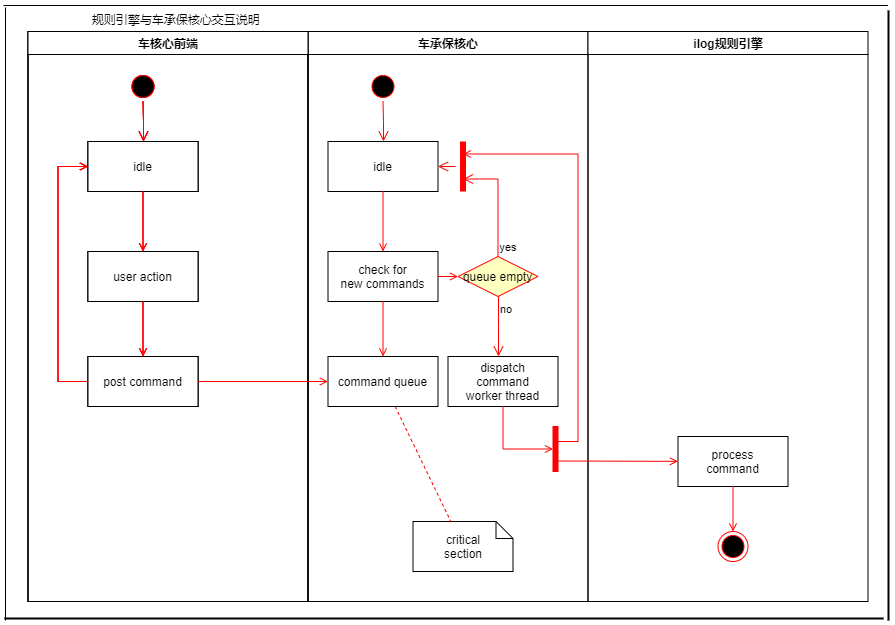
The draw.io diagram 车核心规则引擎.png in damingqicai/arthas, before a commit. Source tidied: cells renumbered, new cells last; positions are measured from the earlier drawing's top-left corner, leaving out a move shared by most shapes.
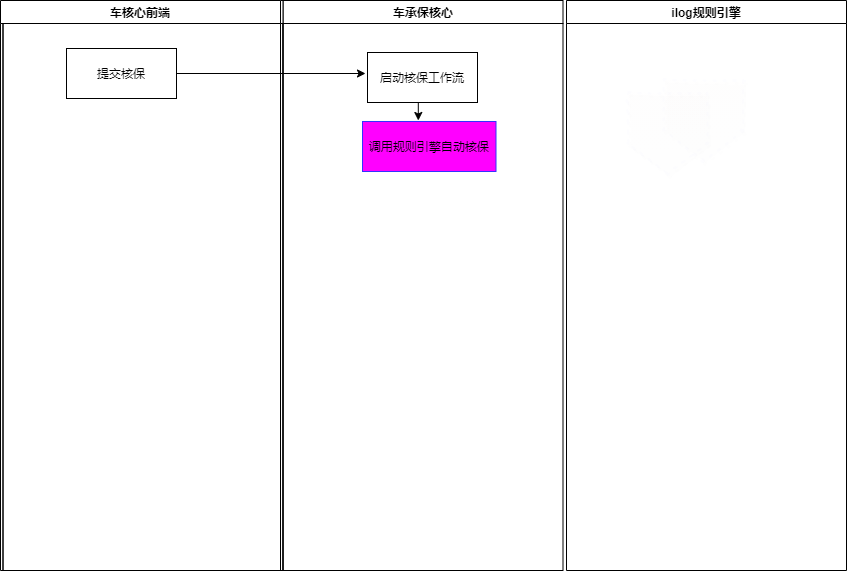
Above is the later version.

Commit message:
Update 车核心规则引擎.png

Change to the diagram source:
```diff
@@ -5,203 +5,49 @@
     <mxCell id="2" value="车核心前端" style="swimlane;whiteSpace=wrap;" parent="1" vertex="1">
       <mxGeometry x="27.5" y="31" width="280" height="570" as="geometry" />
     </mxCell>
-    <mxCell id="3" style="ellipse;shape=startState;fillColor=#000000;strokeColor=#ff0000;" parent="2" vertex="1">
-      <mxGeometry x="100" y="40" width="30" height="30" as="geometry" />
-    </mxCell>
-    <mxCell id="4" style="edgeStyle=elbowEdgeStyle;elbow=horizontal;verticalAlign=bottom;endArrow=open;endSize=8;strokeColor=#FF0000;endFill=1;rounded=0;" parent="2" edge="1" source="3" target="5">
-      <mxGeometry x="100" y="40" as="geometry" />
-    </mxCell>
-    <mxCell id="5" value="idle" parent="2" vertex="1">
-      <mxGeometry x="60" y="110" width="110" height="50" as="geometry" />
-    </mxCell>
-    <mxCell id="6" value="user action" parent="2" vertex="1">
-      <mxGeometry x="60" y="220" width="110" height="50" as="geometry" />
-    </mxCell>
-    <mxCell id="7" style="endArrow=open;strokeColor=#FF0000;endFill=1;rounded=0;" parent="2" edge="1" source="5" target="6">
-      <mxGeometry relative="1" as="geometry" />
-    </mxCell>
-    <mxCell id="8" value="post command" parent="2" vertex="1">
-      <mxGeometry x="60" y="325" width="110" height="50" as="geometry" />
-    </mxCell>
-    <mxCell id="9" style="endArrow=open;strokeColor=#FF0000;endFill=1;rounded=0;" parent="2" edge="1" source="6" target="8">
-      <mxGeometry relative="1" as="geometry" />
-    </mxCell>
-    <mxCell id="10" style="edgeStyle=elbowEdgeStyle;elbow=horizontal;strokeColor=#FF0000;endArrow=open;endFill=1;rounded=0;" parent="2" edge="1" source="8" target="5">
-      <mxGeometry relative="1" as="geometry">
-        <Array as="points">
-          <mxPoint x="30" y="250" />
-        </Array>
-      </mxGeometry>
-    </mxCell>
+    <mxCell id="48" value="提交核保" parent="2" vertex="1">
+      <mxGeometry x="63.5" y="48" width="110" height="50" as="geometry" />
+    </mxCell>
-    <mxCell id="11" value="车承保核心" style="swimlane;whiteSpace=wrap;" parent="1" vertex="1">
+    <mxCell id="11" value="车承保核心" style="swimlane;whiteSpace=wrap;gradientColor=#ffffff;" parent="1" vertex="1">
       <mxGeometry x="307.5" y="31" width="280" height="570" as="geometry" />
     </mxCell>
-    <mxCell id="12" style="ellipse;shape=startState;fillColor=#000000;strokeColor=#ff0000;" parent="11" vertex="1">
-      <mxGeometry x="60" y="40" width="30" height="30" as="geometry" />
-    </mxCell>
-    <mxCell id="13" style="edgeStyle=elbowEdgeStyle;elbow=horizontal;verticalAlign=bottom;endArrow=open;endSize=8;strokeColor=#FF0000;endFill=1;rounded=0;" parent="11" edge="1" source="12" target="14">
-      <mxGeometry x="40" y="20" as="geometry" />
-    </mxCell>
-    <mxCell id="14" value="idle" parent="11" vertex="1">
-      <mxGeometry x="20" y="110" width="110" height="50" as="geometry" />
-    </mxCell>
-    <mxCell id="15" value="check for &#10;new commands" parent="11" vertex="1">
-      <mxGeometry x="20" y="220" width="110" height="50" as="geometry" />
-    </mxCell>
-    <mxCell id="16" style="endArrow=open;strokeColor=#FF0000;endFill=1;rounded=0;" parent="11" edge="1" source="14" target="15">
-      <mxGeometry relative="1" as="geometry" />
-    </mxCell>
-    <mxCell id="17" value="command queue" parent="11" vertex="1">
-      <mxGeometry x="20" y="325" width="110" height="50" as="geometry" />
-    </mxCell>
-    <mxCell id="18" style="endArrow=open;strokeColor=#FF0000;endFill=1;rounded=0;" parent="11" edge="1" source="15" target="17">
-      <mxGeometry relative="1" as="geometry" />
-    </mxCell>
-    <mxCell id="19" value="queue empty" style="rhombus;fillColor=#ffffc0;strokeColor=#ff0000;" parent="11" vertex="1">
-      <mxGeometry x="150" y="225" width="80" height="40" as="geometry" />
-    </mxCell>
-    <mxCell id="20" value="yes" style="edgeStyle=elbowEdgeStyle;elbow=horizontal;align=left;verticalAlign=bottom;endArrow=open;endSize=8;strokeColor=#FF0000;exitX=0.5;exitY=0;endFill=1;rounded=0;entryX=0.75;entryY=0.5;entryPerimeter=0;" parent="11" edge="1" source="19" target="23">
-      <mxGeometry x="-1" relative="1" as="geometry">
-        <Array as="points">
-          <mxPoint x="190" y="180" />
-        </Array>
-      </mxGeometry>
-    </mxCell>
-    <mxCell id="21" value="no" style="edgeStyle=elbowEdgeStyle;elbow=horizontal;align=left;verticalAlign=top;endArrow=open;endSize=8;strokeColor=#FF0000;endFill=1;rounded=0;" parent="11" edge="1" source="19" target="25">
-      <mxGeometry x="-1" relative="1" as="geometry" />
-    </mxCell>
-    <mxCell id="22" style="endArrow=open;strokeColor=#FF0000;endFill=1;rounded=0;" parent="11" edge="1" source="15" target="19">
-      <mxGeometry relative="1" as="geometry" />
-    </mxCell>
-    <mxCell id="23" style="shape=line;strokeWidth=6;strokeColor=#ff0000;rotation=90;" parent="11" vertex="1">
-      <mxGeometry x="130" y="127.5" width="50" height="15" as="geometry" />
-    </mxCell>
-    <mxCell id="24" style="edgeStyle=elbowEdgeStyle;elbow=horizontal;verticalAlign=bottom;endArrow=open;endSize=8;strokeColor=#FF0000;endFill=1;rounded=0;" parent="11" edge="1" source="23" target="14">
-      <mxGeometry x="130" y="90" as="geometry" />
-    </mxCell>
-    <mxCell id="25" value="dispatch&#10;command&#10;worker thread" parent="11" vertex="1">
-      <mxGeometry x="140" y="325" width="110" height="50" as="geometry" />
-    </mxCell>
-    <mxCell id="26" value="critical&#10;section" style="shape=note;whiteSpace=wrap;size=17;" parent="11" vertex="1">
-      <mxGeometry x="105" y="490" width="100" height="50" as="geometry" />
-    </mxCell>
-    <mxCell id="27" style="endArrow=none;strokeColor=#FF0000;endFill=0;rounded=0;dashed=1;" parent="11" edge="1" source="17" target="26">
-      <mxGeometry relative="1" as="geometry" />
-    </mxCell>
-    <mxCell id="28" style="whiteSpace=wrap;strokeColor=#FF0000;fillColor=#FF0000;" parent="11" vertex="1">
-      <mxGeometry x="245" y="395" width="5" height="45" as="geometry" />
-    </mxCell>
-    <mxCell id="29" style="edgeStyle=elbowEdgeStyle;elbow=horizontal;entryX=0;entryY=0.5;strokeColor=#FF0000;endArrow=open;endFill=1;rounded=0;" parent="11" edge="1" source="25" target="28">
-      <mxGeometry relative="1" as="geometry">
-        <Array as="points">
-          <mxPoint x="195" y="400" />
-        </Array>
-      </mxGeometry>
-    </mxCell>
     <mxCell id="30" value="车核心前端" style="swimlane;whiteSpace=wrap;" parent="11" vertex="1">
       <mxGeometry x="-280" width="280" height="570" as="geometry" />
     </mxCell>
-    <mxCell id="31" style="ellipse;shape=startState;fillColor=#000000;strokeColor=#ff0000;" parent="30" vertex="1">
-      <mxGeometry x="100" y="40" width="30" height="30" as="geometry" />
-    </mxCell>
-    <mxCell id="32" style="edgeStyle=elbowEdgeStyle;elbow=horizontal;verticalAlign=bottom;endArrow=open;endSize=8;strokeColor=#FF0000;endFill=1;rounded=0;" parent="30" edge="1" source="31" target="33">
-      <mxGeometry x="100" y="40" as="geometry" />
-    </mxCell>
-    <mxCell id="33" value="idle" parent="30" vertex="1">
-      <mxGeometry x="60" y="110" width="110" height="50" as="geometry" />
-    </mxCell>
-    <mxCell id="34" value="user action" parent="30" vertex="1">
-      <mxGeometry x="60" y="220" width="110" height="50" as="geometry" />
-    </mxCell>
-    <mxCell id="35" style="endArrow=open;strokeColor=#FF0000;endFill=1;rounded=0;" parent="30" edge="1" source="33" target="34">
-      <mxGeometry relative="1" as="geometry" />
-    </mxCell>
-    <mxCell id="36" value="post command" parent="30" vertex="1">
-      <mxGeometry x="60" y="325" width="110" height="50" as="geometry" />
-    </mxCell>
-    <mxCell id="37" style="endArrow=open;strokeColor=#FF0000;endFill=1;rounded=0;" parent="30" edge="1" source="34" target="36">
-      <mxGeometry relative="1" as="geometry" />
-    </mxCell>
-    <mxCell id="38" style="edgeStyle=elbowEdgeStyle;elbow=horizontal;strokeColor=#FF0000;endArrow=open;endFill=1;rounded=0;" parent="30" edge="1" source="36" target="33">
-      <mxGeometry relative="1" as="geometry">
-        <Array as="points">
-          <mxPoint x="30" y="250" />
-        </Array>
-      </mxGeometry>
-    </mxCell>
+    <mxCell id="45" value="车核心前端" style="swimlane;whiteSpace=wrap;" parent="30" vertex="1">
+      <mxGeometry x="-2.5" width="280" height="570" as="geometry" />
+    </mxCell>
+    <mxCell id="60" style="edgeStyle=orthogonalEdgeStyle;rounded=0;jettySize=auto;html=1;exitX=0.5;exitY=1;exitDx=0;exitDy=0;entryX=0.418;entryY=-0.02;entryDx=0;entryDy=0;entryPerimeter=0;" parent="11" edge="1" source="61" target="62">
+      <mxGeometry relative="1" as="geometry" />
+    </mxCell>
+    <mxCell id="61" value="启动核保工作流" parent="11" vertex="1">
+      <mxGeometry x="84.5" y="52" width="110" height="50" as="geometry" />
+    </mxCell>
+    <mxCell id="62" value="调用规则引擎自动核保" style="strokeColor=#3333FF;fillColor=#FF00FF;" parent="11" vertex="1">
+      <mxGeometry x="79.5" y="121" width="133.5" height="50" as="geometry" />
+    </mxCell>
-    <mxCell id="39" value="ilog规则引擎" style="swimlane;whiteSpace=wrap;" parent="1" vertex="1">
-      <mxGeometry x="587.5" y="31" width="280" height="570" as="geometry" />
+    <mxCell id="39" value="ilog规则引擎" style="swimlane;whiteSpace=wrap;swimlaneLine=1;glass=0;" parent="1" vertex="1">
+      <mxGeometry x="591" y="31" width="280" height="570" as="geometry" />
     </mxCell>
-    <mxCell id="40" value="process&#10;command" parent="39" vertex="1">
-      <mxGeometry x="90" y="405" width="110" height="50" as="geometry" />
-    </mxCell>
-    <mxCell id="41" style="edgeStyle=elbowEdgeStyle;elbow=horizontal;strokeColor=#FF0000;endArrow=open;endFill=1;rounded=0;entryX=0.25;entryY=0.5;entryPerimeter=0;" parent="39" edge="1" target="23">
-      <mxGeometry relative="1" as="geometry">
-        <mxPoint x="-30" y="410" as="sourcePoint" />
-        <Array as="points">
-          <mxPoint x="-10" y="135" />
-        </Array>
-      </mxGeometry>
-    </mxCell>
-    <mxCell id="42" style="edgeStyle=none;strokeColor=#FF0000;endArrow=open;endFill=1;rounded=0;" parent="39" edge="1" target="40">
-      <mxGeometry relative="1" as="geometry">
-        <mxPoint x="-30" y="429.5" as="sourcePoint" />
-      </mxGeometry>
-    </mxCell>
-    <mxCell id="43" style="ellipse;shape=endState;fillColor=#000000;strokeColor=#ff0000;" parent="39" vertex="1">
-      <mxGeometry x="130" y="500" width="30" height="30" as="geometry" />
-    </mxCell>
-    <mxCell id="44" style="endArrow=open;strokeColor=#FF0000;endFill=1;rounded=0;" parent="39" edge="1" source="40" target="43">
-      <mxGeometry relative="1" as="geometry" />
-    </mxCell>
-    <mxCell id="45" value="车核心前端" style="swimlane;whiteSpace=wrap;" parent="39" vertex="1">
-      <mxGeometry x="-560" width="280" height="570" as="geometry" />
-    </mxCell>
-    <mxCell id="46" style="ellipse;shape=startState;fillColor=#000000;strokeColor=#ff0000;" parent="45" vertex="1">
-      <mxGeometry x="100" y="40" width="30" height="30" as="geometry" />
-    </mxCell>
-    <mxCell id="47" style="edgeStyle=elbowEdgeStyle;elbow=horizontal;verticalAlign=bottom;endArrow=open;endSize=8;strokeColor=#FF0000;endFill=1;rounded=0;" parent="45" edge="1" source="46" target="48">
-      <mxGeometry x="100" y="40" as="geometry" />
-    </mxCell>
-    <mxCell id="48" value="idle" parent="45" vertex="1">
-      <mxGeometry x="60" y="110" width="110" height="50" as="geometry" />
-    </mxCell>
-    <mxCell id="49" value="user action" parent="45" vertex="1">
-      <mxGeometry x="60" y="220" width="110" height="50" as="geometry" />
-    </mxCell>
-    <mxCell id="50" style="endArrow=open;strokeColor=#FF0000;endFill=1;rounded=0;" parent="45" edge="1" source="48" target="49">
-      <mxGeometry relative="1" as="geometry" />
-    </mxCell>
-    <mxCell id="51" value="post command" parent="45" vertex="1">
-      <mxGeometry x="60" y="325" width="110" height="50" as="geometry" />
-    </mxCell>
-    <mxCell id="52" style="endArrow=open;strokeColor=#FF0000;endFill=1;rounded=0;" parent="45" edge="1" source="49" target="51">
-      <mxGeometry relative="1" as="geometry" />
-    </mxCell>
-    <mxCell id="53" style="edgeStyle=elbowEdgeStyle;elbow=horizontal;strokeColor=#FF0000;endArrow=open;endFill=1;rounded=0;" parent="45" edge="1" source="51" target="48">
-      <mxGeometry relative="1" as="geometry">
-        <Array as="points">
-          <mxPoint x="30" y="250" />
-        </Array>
-      </mxGeometry>
-    </mxCell>
-    <mxCell id="54" style="endArrow=open;strokeColor=#FF0000;endFill=1;rounded=0;" parent="1" edge="1" source="8" target="17">
-      <mxGeometry relative="1" as="geometry" />
-    </mxCell>
-    <mxCell id="55" style="line;strokeWidth=1;html=1;" parent="1" vertex="1">
-      <mxGeometry x="3" width="884.5" height="10" as="geometry" />
-    </mxCell>
-    <mxCell id="56" style="line;strokeWidth=1;direction=south;html=1;" parent="1" vertex="1">
-      <mxGeometry y="7" width="10" height="613" as="geometry" />
-    </mxCell>
-    <mxCell id="57" style="line;strokeWidth=2;html=1;" parent="1" vertex="1">
-      <mxGeometry x="4" y="613" width="879" height="10" as="geometry" />
-    </mxCell>
-    <mxCell id="58" style="line;strokeWidth=2;direction=south;html=1;" parent="1" vertex="1">
-      <mxGeometry x="883" y="10" width="10" height="610" as="geometry" />
-    </mxCell>
-    <mxCell id="59" value="&amp;nbsp; &amp;nbsp; &amp;nbsp; &amp;nbsp; &amp;nbsp; &amp;nbsp; &amp;nbsp; &amp;nbsp; &amp;nbsp; &amp;nbsp; &amp;nbsp; 规则引擎与车承保核心交互说明&amp;nbsp; &amp;nbsp; &amp;nbsp; &amp;nbsp; &amp;nbsp; &amp;nbsp; &amp;nbsp; &amp;nbsp; &amp;nbsp; &amp;nbsp; &amp;nbsp; &amp;nbsp; &amp;nbsp; &amp;nbsp; &amp;nbsp; &amp;nbsp; &amp;nbsp; &amp;nbsp; &amp;nbsp; &amp;nbsp; &amp;nbsp; &amp;nbsp; &amp;nbsp; &amp;nbsp; &amp;nbsp; &amp;nbsp; &amp;nbsp; &amp;nbsp; &amp;nbsp; &amp;nbsp; &amp;nbsp; &amp;nbsp; &amp;nbsp; &amp;nbsp; &amp;nbsp; &amp;nbsp; &amp;nbsp; &amp;nbsp; &amp;nbsp; &amp;nbsp; &amp;nbsp; &amp;nbsp; &amp;nbsp; &amp;nbsp; &amp;nbsp; &amp;nbsp; &amp;nbsp; &amp;nbsp; &amp;nbsp;&amp;nbsp;" style="text;html=1;align=center;verticalAlign=middle;" parent="1" vertex="1">
-      <mxGeometry x="12" y="9" width="579" height="19" as="geometry" />
-    </mxCell>
+    <mxCell id="63" style="shape=offPageConnector;whiteSpace=wrap;html=1;rounded=0;shadow=1;glass=0;sketch=1;strokeWidth=1;fillColor=#cdeb8b;opacity=0;size=1;strokeColor=#3333FF;" parent="39" vertex="1">
+      <mxGeometry x="62.5" y="313" width="40.5" height="29" as="geometry" />
+    </mxCell>
+    <mxCell id="64" style="shape=offPageConnector;whiteSpace=wrap;html=1;rounded=0;shadow=1;glass=0;dashed=1;dashPattern=1 4;sketch=1;strokeColor=#3333FF;strokeWidth=2;fillColor=#FFCCCC;gradientColor=#ffffff;opacity=1;" parent="39" vertex="1">
+      <mxGeometry x="61" y="93" width="80" height="80" as="geometry" />
+    </mxCell>
+    <mxCell id="65" style="shape=offPageConnector;whiteSpace=wrap;html=1;rounded=0;shadow=1;glass=0;dashed=1;dashPattern=1 4;sketch=1;strokeColor=#3333FF;strokeWidth=2;fillColor=#FFCCCC;gradientColor=#ffffff;opacity=1;" parent="39" vertex="1">
+      <mxGeometry x="97" y="80" width="80" height="80" as="geometry" />
+    </mxCell>
+    <mxCell id="66" style="shape=singleArrow;whiteSpace=wrap;html=1;rounded=0;shadow=0;glass=0;sketch=0;strokeColor=#E8EEF7;strokeWidth=1;fillColor=#000000;opacity=0;" parent="1" vertex="1">
+      <mxGeometry x="288" y="145" width="100" height="60" as="geometry" />
+    </mxCell>
+    <mxCell id="67" style="edgeStyle=orthogonalEdgeStyle;rounded=0;jettySize=auto;html=1;" parent="1" edge="1" source="48">
+      <mxGeometry relative="1" as="geometry">
+        <mxPoint x="390" y="104" as="targetPoint" />
+      </mxGeometry>
+    </mxCell>
+    <mxCell id="68" style="shape=singleArrow;direction=south;whiteSpace=wrap;html=1;rounded=0;shadow=0;glass=0;sketch=0;strokeColor=#E8EEF7;strokeWidth=1;fillColor=#000000;opacity=0;" parent="1" vertex="1">
+      <mxGeometry x="308" y="125" width="60" height="100" as="geometry" />
+    </mxCell>
   </root>
 </mxGraphModel>
```
